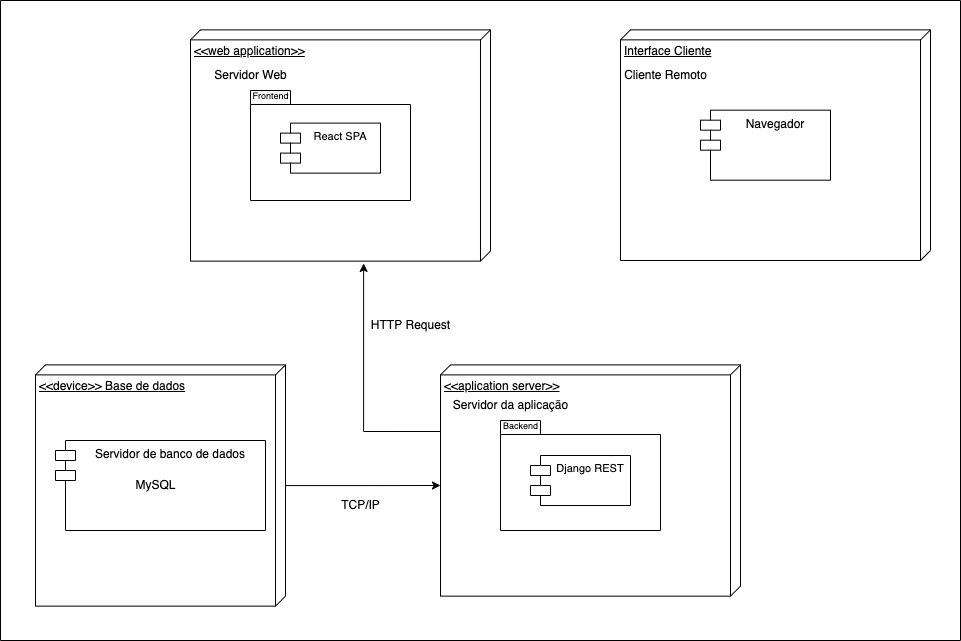
Above: docs/assets/img/diagramaimplementacaov2.png in UnBArqDsw2022-1/2022.1_G1_FGAvisos (draw.io), before the change. Source tidied: cells renumbered, new cells last; positions are measured from the earlier drawing's top-left corner, leaving out a move shared by most shapes. The source it was exported from:
```xml
<mxGraphModel>
  <root>
    <mxCell id="0" />
    <mxCell id="1" parent="0" />
    <mxCell id="2" value="TCP/IP" style="text;html=1;align=center;verticalAlign=middle;strokeColor=none;fillColor=none;" parent="1" vertex="1">
      <mxGeometry x="330" y="490" width="60" height="30" as="geometry" />
    </mxCell>
    <mxCell id="3" style="edgeStyle=orthogonalEdgeStyle;rounded=0;jettySize=auto;html=1;entryX=0;entryY=0;entryDx=120.625;entryDy=300;entryPerimeter=0;fontSize=12;" parent="1" edge="1" source="4" target="6">
      <mxGeometry relative="1" as="geometry" />
    </mxCell>
    <mxCell id="4" value="&amp;lt;&amp;lt;device&amp;gt;&amp;gt; Base de dados" style="verticalAlign=top;align=left;spacingTop=8;spacingLeft=2;spacingRight=12;shape=cube;size=10;direction=south;fontStyle=4;html=1;" parent="1" vertex="1">
      <mxGeometry x="35" y="364.4" width="250" height="241.2" as="geometry" />
    </mxCell>
    <mxCell id="5" style="edgeStyle=orthogonalEdgeStyle;rounded=0;jettySize=auto;html=1;entryX=1.01;entryY=0.423;entryDx=0;entryDy=0;entryPerimeter=0;fontSize=12;exitX=0.288;exitY=1;exitDx=0;exitDy=0;exitPerimeter=0;" parent="1" edge="1" source="6" target="12">
      <mxGeometry relative="1" as="geometry" />
    </mxCell>
    <mxCell id="6" value="&amp;lt;&amp;lt;aplication server&amp;gt;&amp;gt;&lt;br&gt;" style="verticalAlign=top;align=left;spacingTop=8;spacingLeft=2;spacingRight=12;shape=cube;size=10;direction=south;fontStyle=4;html=1;" parent="1" vertex="1">
      <mxGeometry x="440" y="364.4" width="300" height="231.2" as="geometry" />
    </mxCell>
    <mxCell id="7" style="shape=folder;fontStyle=1;spacingTop=10;tabWidth=40;tabHeight=14;tabPosition=left;html=1;" parent="1" vertex="1">
      <mxGeometry x="500" y="420" width="160" height="110" as="geometry" />
    </mxCell>
    <mxCell id="8" value="&lt;font style=&quot;font-size: 9px;&quot;&gt;Backend&lt;/font&gt;" style="text;html=1;align=center;verticalAlign=middle;strokeColor=none;fillColor=none;" parent="1" vertex="1">
      <mxGeometry x="490" y="410" width="60" height="30" as="geometry" />
    </mxCell>
    <mxCell id="9" value="Django REST" style="shape=module;align=left;spacingLeft=20;align=center;verticalAlign=top;fontSize=11;" parent="1" vertex="1">
      <mxGeometry x="530" y="455" width="100" height="50" as="geometry" />
    </mxCell>
    <mxCell id="10" value="&lt;font style=&quot;font-size: 12px;&quot;&gt;Servidor da aplicação&lt;/font&gt;" style="text;html=1;align=center;verticalAlign=middle;strokeColor=none;fillColor=none;fontSize=11;" parent="1" vertex="1">
      <mxGeometry x="440" y="390" width="140" height="30" as="geometry" />
    </mxCell>
    <mxCell id="11" value="Servidor de banco de dados" style="shape=module;align=left;spacingLeft=20;align=center;verticalAlign=top;fontSize=12;" parent="1" vertex="1">
      <mxGeometry x="55" y="440" width="210" height="90" as="geometry" />
    </mxCell>
    <mxCell id="12" value="&amp;lt;&amp;lt;web application&amp;gt;&amp;gt;" style="verticalAlign=top;align=left;spacingTop=8;spacingLeft=2;spacingRight=12;shape=cube;size=10;direction=south;fontStyle=4;html=1;" parent="1" vertex="1">
      <mxGeometry x="190" y="29.4" width="300" height="231.2" as="geometry" />
    </mxCell>
    <mxCell id="13" style="shape=folder;fontStyle=1;spacingTop=10;tabWidth=40;tabHeight=14;tabPosition=left;html=1;" parent="1" vertex="1">
      <mxGeometry x="250" y="90" width="160" height="110" as="geometry" />
    </mxCell>
    <mxCell id="14" value="&lt;font style=&quot;font-size: 9px;&quot;&gt;Frontend&lt;/font&gt;" style="text;html=1;align=center;verticalAlign=middle;strokeColor=none;fillColor=none;" parent="1" vertex="1">
      <mxGeometry x="240" y="80" width="60" height="30" as="geometry" />
    </mxCell>
    <mxCell id="15" value="React SPA" style="shape=module;align=left;spacingLeft=20;align=center;verticalAlign=top;fontSize=11;" parent="1" vertex="1">
      <mxGeometry x="280" y="122.6" width="100" height="50" as="geometry" />
    </mxCell>
    <mxCell id="16" value="&lt;span style=&quot;font-size: 12px;&quot;&gt;Servidor Web&lt;/span&gt;" style="text;html=1;align=center;verticalAlign=middle;strokeColor=none;fillColor=none;fontSize=11;" parent="1" vertex="1">
      <mxGeometry x="200" y="60" width="100" height="30" as="geometry" />
    </mxCell>
    <mxCell id="17" value="&lt;font style=&quot;font-size: 12px;&quot;&gt;MySQL&lt;/font&gt;" style="text;html=1;align=center;verticalAlign=middle;strokeColor=none;fillColor=none;fontSize=9;" parent="1" vertex="1">
      <mxGeometry x="125" y="470" width="60" height="30" as="geometry" />
    </mxCell>
    <mxCell id="18" value="HTTP Request" style="text;html=1;align=center;verticalAlign=middle;strokeColor=none;fillColor=none;fontSize=12;" parent="1" vertex="1">
      <mxGeometry x="360" y="310" width="100" height="30" as="geometry" />
    </mxCell>
    <mxCell id="19" value="Interface Cliente" style="verticalAlign=top;align=left;spacingTop=8;spacingLeft=2;spacingRight=12;shape=cube;size=10;direction=south;fontStyle=4;html=1;fontSize=12;" parent="1" vertex="1">
      <mxGeometry x="620" y="29.4" width="310" height="230.6" as="geometry" />
    </mxCell>
    <mxCell id="20" value="Navegador" style="shape=module;align=left;spacingLeft=20;align=center;verticalAlign=top;fontSize=12;" parent="1" vertex="1">
      <mxGeometry x="700" y="109.7" width="130" height="70" as="geometry" />
    </mxCell>
    <mxCell id="21" value="Cliente Remoto" style="text;html=1;align=center;verticalAlign=middle;strokeColor=none;fillColor=none;fontSize=12;" parent="1" vertex="1">
      <mxGeometry x="610" y="60" width="110" height="30" as="geometry" />
    </mxCell>
    <mxCell id="22" style="swimlane;startSize=0;fontSize=12;" parent="1" vertex="1">
      <mxGeometry width="960" height="640" as="geometry" />
    </mxCell>
  </root>
</mxGraphModel>
```
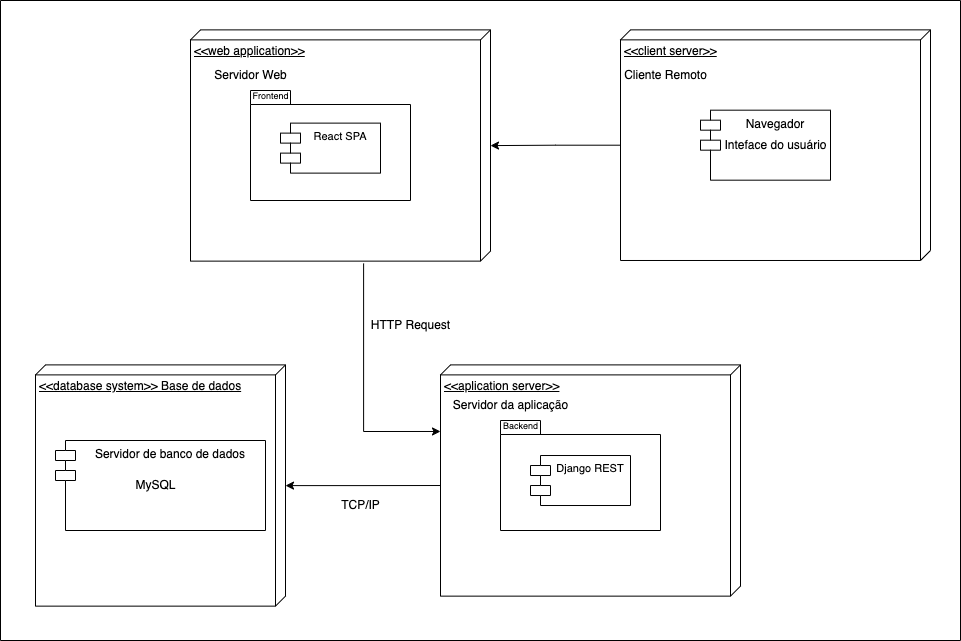
Above is the later version.

Commit message:
Corrigindo diagrama de implantação

The edit, as a diff of the source:
```diff
@@ -5,13 +5,13 @@
     <mxCell id="2" value="TCP/IP" style="text;html=1;align=center;verticalAlign=middle;strokeColor=none;fillColor=none;" parent="1" vertex="1">
       <mxGeometry x="330" y="490" width="60" height="30" as="geometry" />
     </mxCell>
-    <mxCell id="3" style="edgeStyle=orthogonalEdgeStyle;rounded=0;jettySize=auto;html=1;entryX=0;entryY=0;entryDx=120.625;entryDy=300;entryPerimeter=0;fontSize=12;" parent="1" edge="1" source="4" target="6">
+    <mxCell id="3" style="edgeStyle=orthogonalEdgeStyle;rounded=0;jettySize=auto;html=1;entryX=0;entryY=0;entryDx=120.625;entryDy=300;entryPerimeter=0;fontSize=12;endArrow=none;endFill=0;startArrow=classic;startFill=1;" parent="1" edge="1" source="4" target="6">
       <mxGeometry relative="1" as="geometry" />
     </mxCell>
-    <mxCell id="4" value="&amp;lt;&amp;lt;device&amp;gt;&amp;gt; Base de dados" style="verticalAlign=top;align=left;spacingTop=8;spacingLeft=2;spacingRight=12;shape=cube;size=10;direction=south;fontStyle=4;html=1;" parent="1" vertex="1">
+    <mxCell id="4" value="&amp;lt;&amp;lt;database system&amp;gt;&amp;gt; Base de dados" style="verticalAlign=top;align=left;spacingTop=8;spacingLeft=2;spacingRight=12;shape=cube;size=10;direction=south;fontStyle=4;html=1;" parent="1" vertex="1">
       <mxGeometry x="35" y="364.4" width="250" height="241.2" as="geometry" />
     </mxCell>
-    <mxCell id="5" style="edgeStyle=orthogonalEdgeStyle;rounded=0;jettySize=auto;html=1;entryX=1.01;entryY=0.423;entryDx=0;entryDy=0;entryPerimeter=0;fontSize=12;exitX=0.288;exitY=1;exitDx=0;exitDy=0;exitPerimeter=0;" parent="1" edge="1" source="6" target="12">
+    <mxCell id="5" style="edgeStyle=orthogonalEdgeStyle;rounded=0;jettySize=auto;html=1;entryX=1.01;entryY=0.423;entryDx=0;entryDy=0;entryPerimeter=0;fontSize=12;exitX=0.288;exitY=1;exitDx=0;exitDy=0;exitPerimeter=0;startArrow=classic;startFill=1;endArrow=none;endFill=0;" parent="1" edge="1" source="6" target="12">
       <mxGeometry relative="1" as="geometry" />
     </mxCell>
     <mxCell id="6" value="&amp;lt;&amp;lt;aplication server&amp;gt;&amp;gt;&lt;br&gt;" style="verticalAlign=top;align=left;spacingTop=8;spacingLeft=2;spacingRight=12;shape=cube;size=10;direction=south;fontStyle=4;html=1;" parent="1" vertex="1">
@@ -53,7 +53,10 @@
     <mxCell id="18" value="HTTP Request" style="text;html=1;align=center;verticalAlign=middle;strokeColor=none;fillColor=none;fontSize=12;" parent="1" vertex="1">
       <mxGeometry x="360" y="310" width="100" height="30" as="geometry" />
     </mxCell>
+    <mxCell id="23" style="edgeStyle=orthogonalEdgeStyle;rounded=0;jettySize=auto;html=1;startArrow=none;startFill=0;endArrow=classic;endFill=1;" parent="1" edge="1" source="19" target="12">
+      <mxGeometry relative="1" as="geometry" />
+    </mxCell>
-    <mxCell id="19" value="Interface Cliente" style="verticalAlign=top;align=left;spacingTop=8;spacingLeft=2;spacingRight=12;shape=cube;size=10;direction=south;fontStyle=4;html=1;fontSize=12;" parent="1" vertex="1">
+    <mxCell id="19" value="&amp;lt;&amp;lt;client server&amp;gt;&amp;gt;" style="verticalAlign=top;align=left;spacingTop=8;spacingLeft=2;spacingRight=12;shape=cube;size=10;direction=south;fontStyle=4;html=1;fontSize=12;" parent="1" vertex="1">
       <mxGeometry x="620" y="29.4" width="310" height="230.6" as="geometry" />
     </mxCell>
     <mxCell id="20" value="Navegador" style="shape=module;align=left;spacingLeft=20;align=center;verticalAlign=top;fontSize=12;" parent="1" vertex="1">
@@ -65,5 +68,8 @@
     <mxCell id="22" style="swimlane;startSize=0;fontSize=12;" parent="1" vertex="1">
       <mxGeometry width="960" height="640" as="geometry" />
     </mxCell>
+    <mxCell id="24" value="Inteface do usuário" style="text;html=1;align=center;verticalAlign=middle;strokeColor=none;fillColor=none;" parent="1" vertex="1">
+      <mxGeometry x="710" y="130" width="130" height="30" as="geometry" />
+    </mxCell>
   </root>
 </mxGraphModel>
```
